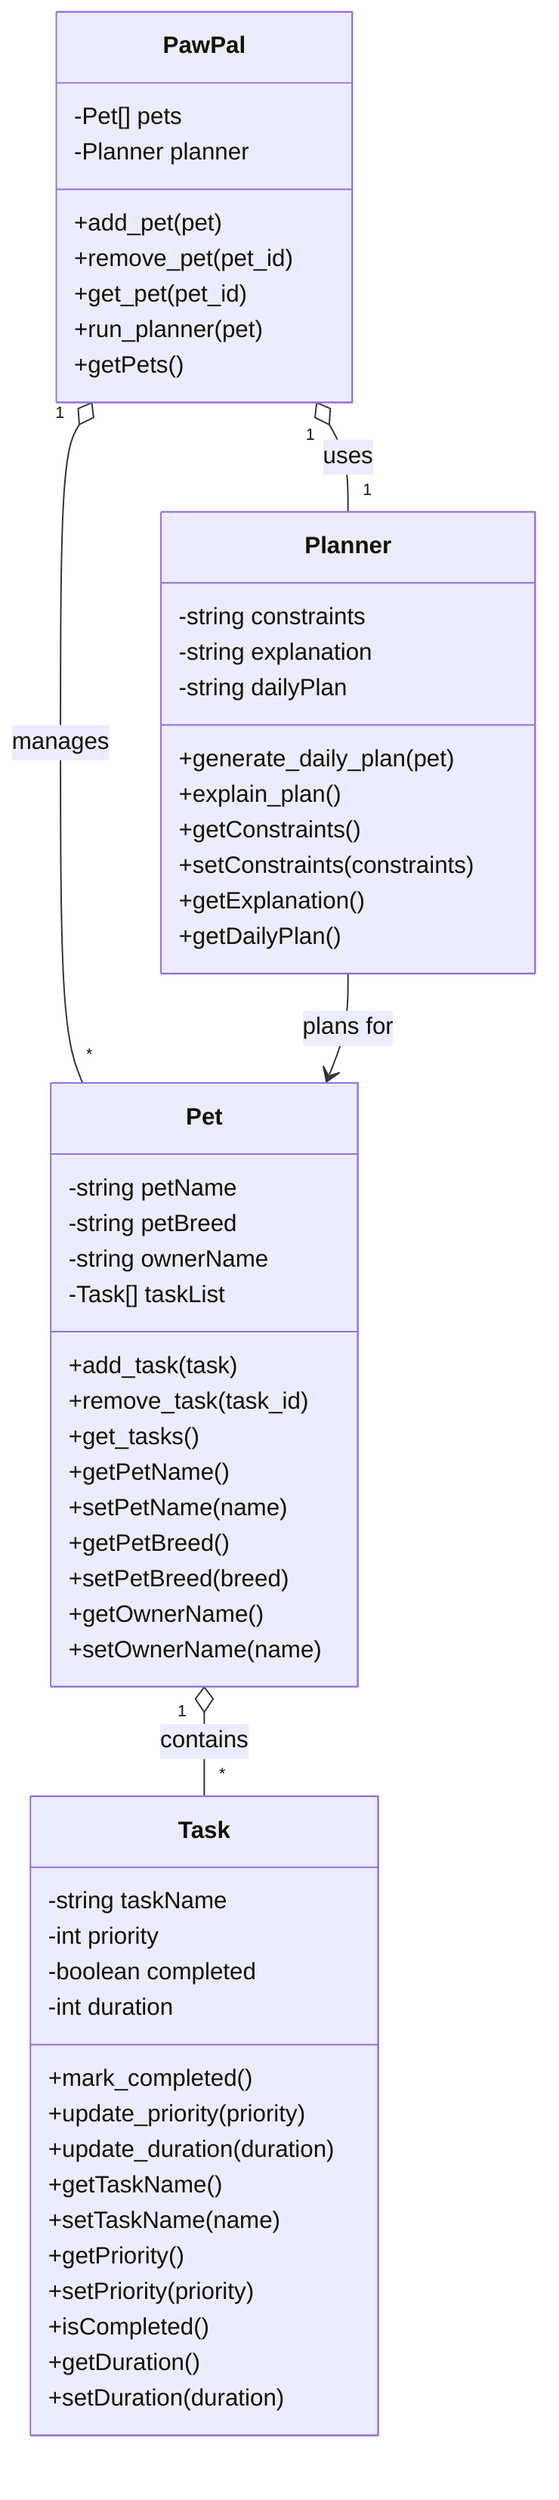
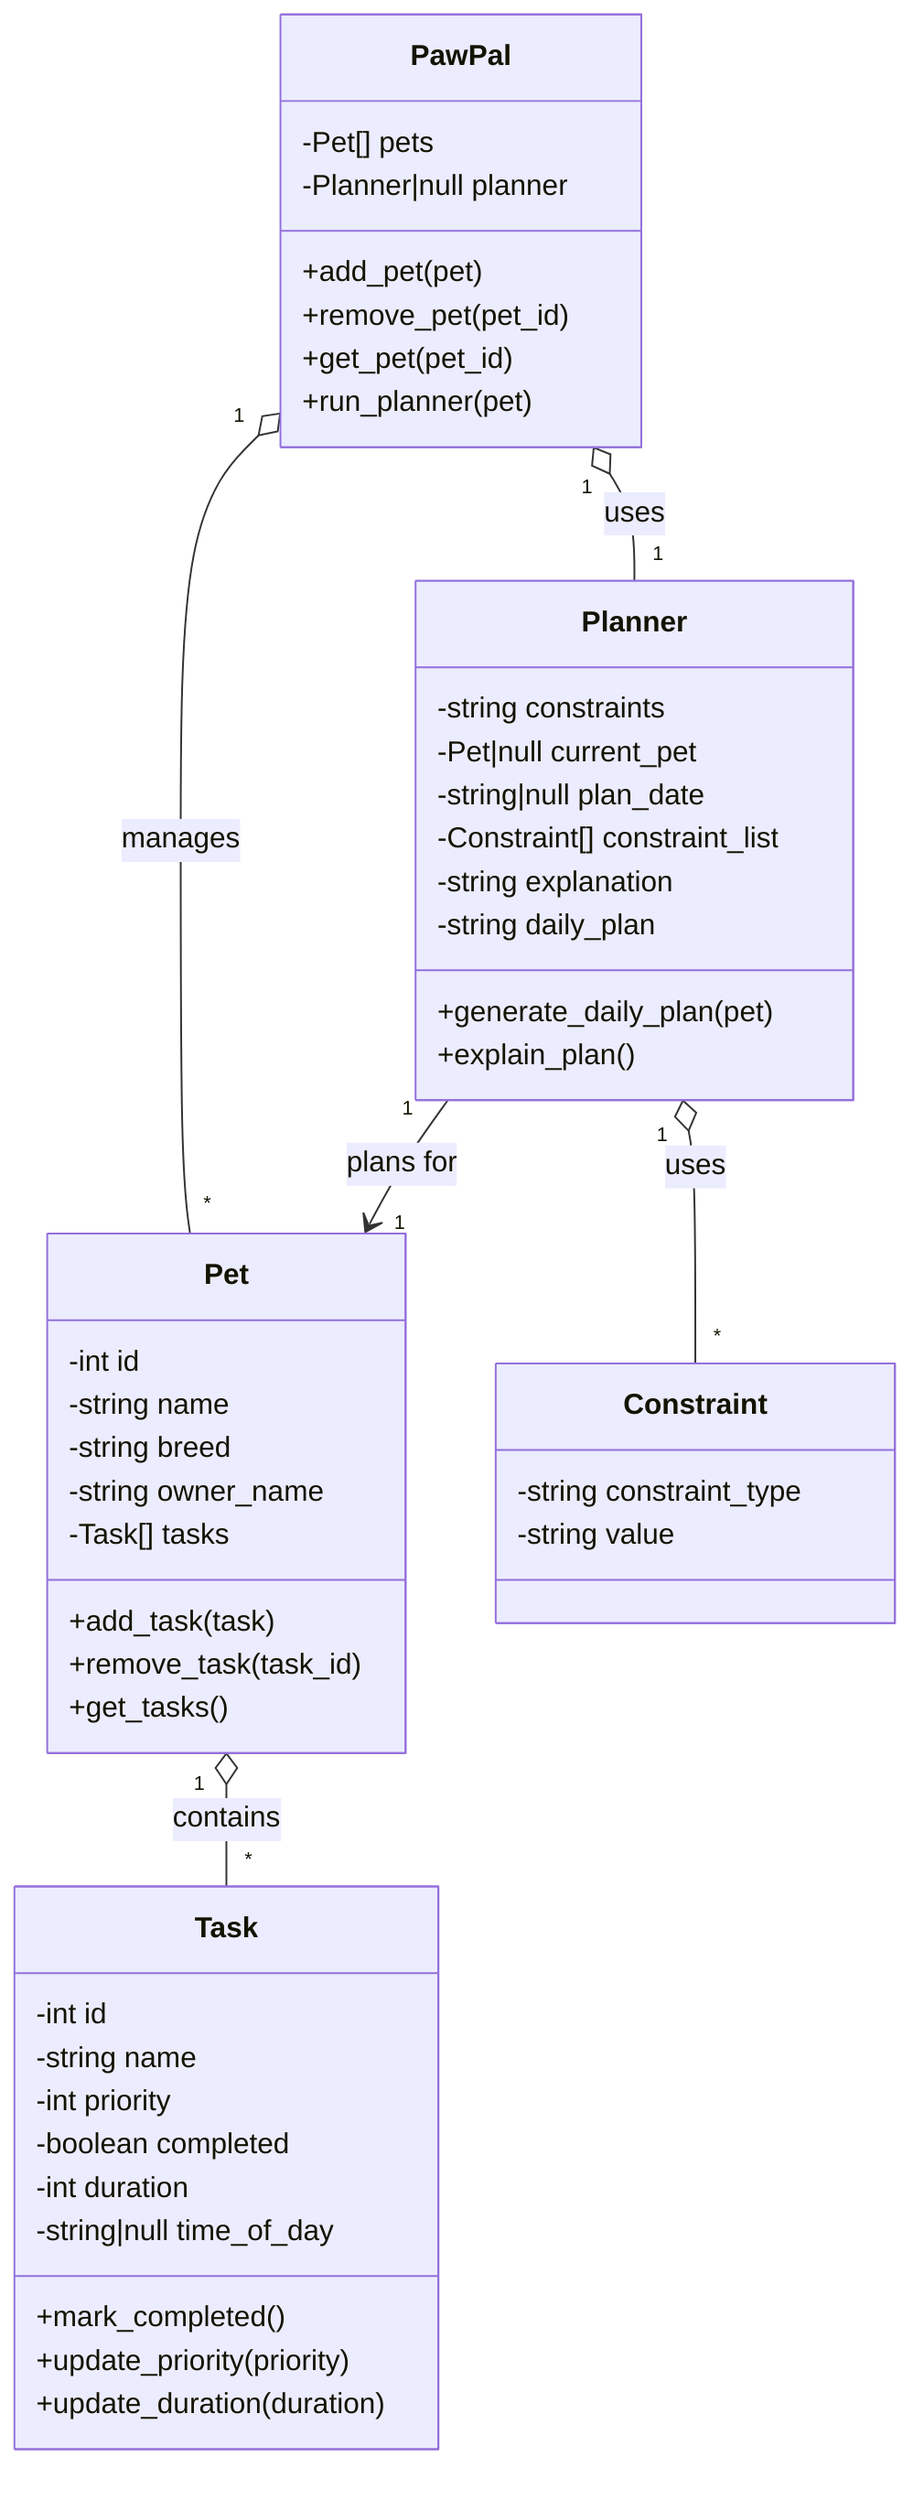
classDiagram
+     class Task {
+         -int id
+         -string name
+         -int priority
+         -boolean completed
+         -int duration
+         -string|null time_of_day
+         +mark_completed()
+         +update_priority(priority)
+         +update_duration(duration)
+     }
+ 
    class Pet {
-         -string petName
-         -string petBreed
-         -string ownerName
-         -Task[] taskList
+         -int id
+         -string name
+         -string breed
+         -string owner_name
+         -Task[] tasks
        +add_task(task)
        +remove_task(task_id)
        +get_tasks()
-         +getPetName()
-         +setPetName(name)
-         +getPetBreed()
-         +setPetBreed(breed)
-         +getOwnerName()
-         +setOwnerName(name)
    }

-     class Task {
-         -string taskName
-         -int priority
-         -boolean completed
-         -int duration
-         +mark_completed()
-         +update_priority(priority)
-         +update_duration(duration)
-         +getTaskName()
-         +setTaskName(name)
-         +getPriority()
-         +setPriority(priority)
-         +isCompleted()
-         +getDuration()
-         +setDuration(duration)
+     class Constraint {
+         -string constraint_type
+         -string value
    }

    class Planner {
        -string constraints
+         -Pet|null current_pet
+         -string|null plan_date
+         -Constraint[] constraint_list
        -string explanation
-         -string dailyPlan
+         -string daily_plan
        +generate_daily_plan(pet)
        +explain_plan()
-         +getConstraints()
-         +setConstraints(constraints)
-         +getExplanation()
-         +getDailyPlan()
    }

    class PawPal {
        -Pet[] pets
-         -Planner planner
+         -Planner|null planner
        +add_pet(pet)
        +remove_pet(pet_id)
        +get_pet(pet_id)
        +run_planner(pet)
-         +getPets()
    }

    Pet "1" o-- "*" Task : contains
+     Planner "1" o-- "*" Constraint : uses
+     Planner "1" --> "1" Pet : plans for
    PawPal "1" o-- "*" Pet : manages
    PawPal "1" o-- "1" Planner : uses
-     Planner --> Pet : plans for
